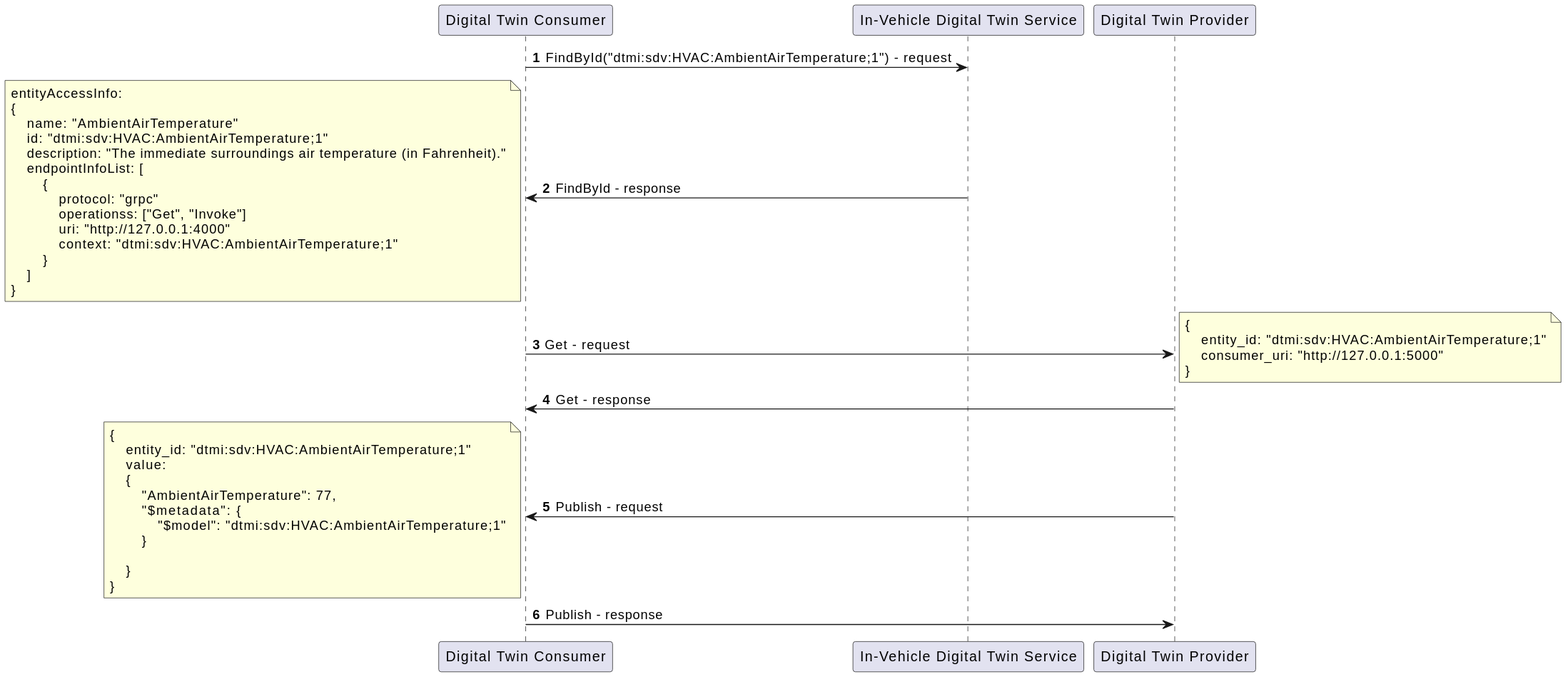
Earlier version of the PlantUML export docs/design/diagrams/get_sequence.svg (eclipse-ibeji/ibeji). Its diagram source:
```plantuml
@startuml
autonumber

"Digital Twin Consumer" -> "In-Vehicle Digital Twin Service" : FindById("dtmi:sdv:HVAC:AmbientAirTemperature;1") - request
"Digital Twin Consumer" <- "In-Vehicle Digital Twin Service" : FindById - response
note left
entityAccessInfo:
{
    name: "AmbientAirTemperature"
    id: "dtmi:sdv:HVAC:AmbientAirTemperature;1"
    description: "The immediate surroundings air temperature (in Fahrenheit)."
    endpointInfoList: [
        {
            protocol: "grpc"
            operationss: ["Get", "Invoke"]
            uri: "http://127.0.0.1:4000"
            context: "dtmi:sdv:HVAC:AmbientAirTemperature;1"
        }
    ]
}
end note

"Digital Twin Consumer" -> "Digital Twin Provider" : Get - request
note right
{
    entity_id: "dtmi:sdv:HVAC:AmbientAirTemperature;1"
    consumer_uri: "http://127.0.0.1:5000"
}
end note

"Digital Twin Consumer" <- "Digital Twin Provider" : Get - response

"Digital Twin Consumer" <- "Digital Twin Provider" : Publish - request
note left
{
    entity_id: "dtmi:sdv:HVAC:AmbientAirTemperature;1"
    value:
    {
        "AmbientAirTemperature": 77,
        "$metadata": {
            "$model": "dtmi:sdv:HVAC:AmbientAirTemperature;1"
        }

    }
}
end note

"Digital Twin Consumer" -> "Digital Twin Provider" : Publish - response
@enduml
```
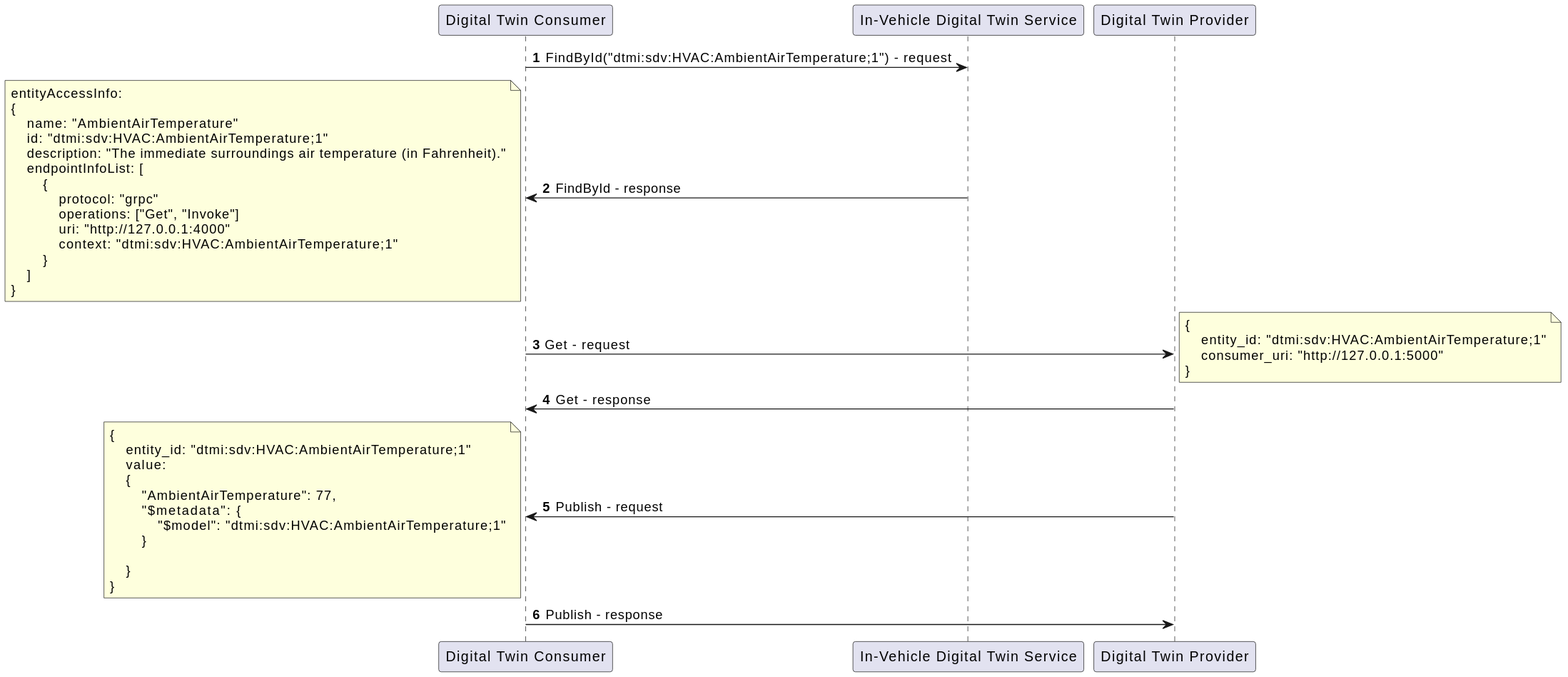
After the change.

The edit, as a diff of the source:
```diff
@@ -12,7 +12,7 @@
     endpointInfoList: [
         {
             protocol: "grpc"
-            operationss: ["Get", "Invoke"]
+            operations: ["Get", "Invoke"]
             uri: "http://127.0.0.1:4000"
             context: "dtmi:sdv:HVAC:AmbientAirTemperature;1"
         }
```
